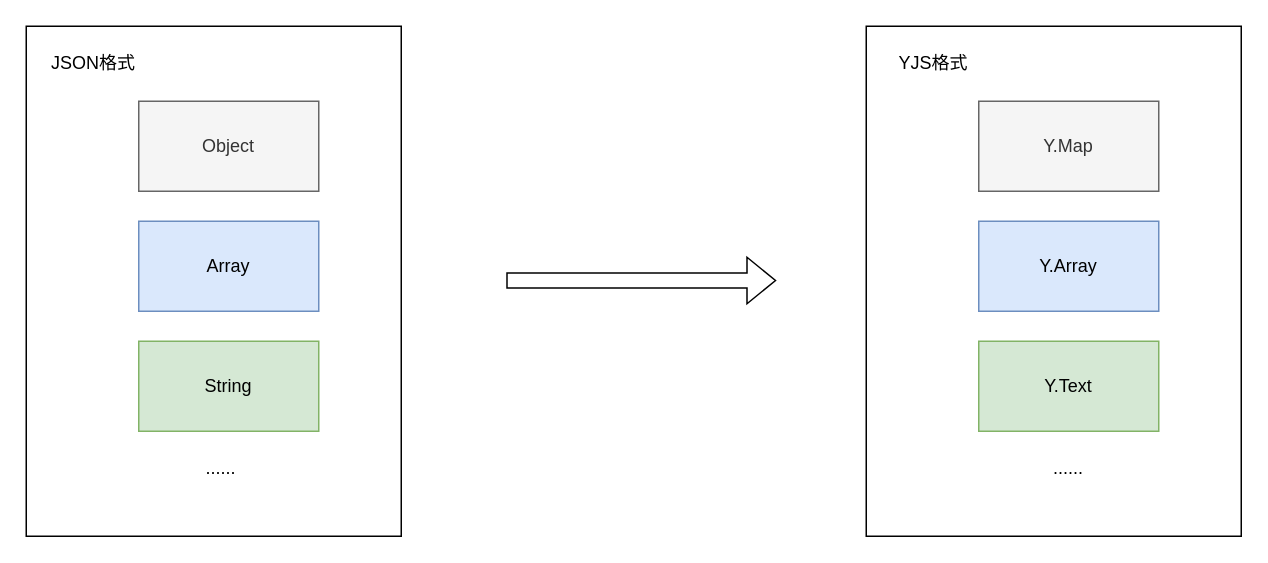
Before: JSON-YJS.drawio in yuxinyu12345/diagrams, a draw.io diagram. Source tidied: cells renumbered, new cells numbered last; positions are measured from the earlier drawing's top-left corner, leaving out a move shared by most shapes. Both pictures are drawn from the tidied source at 150%, with x=0, y=0 at pixel (26, 26).
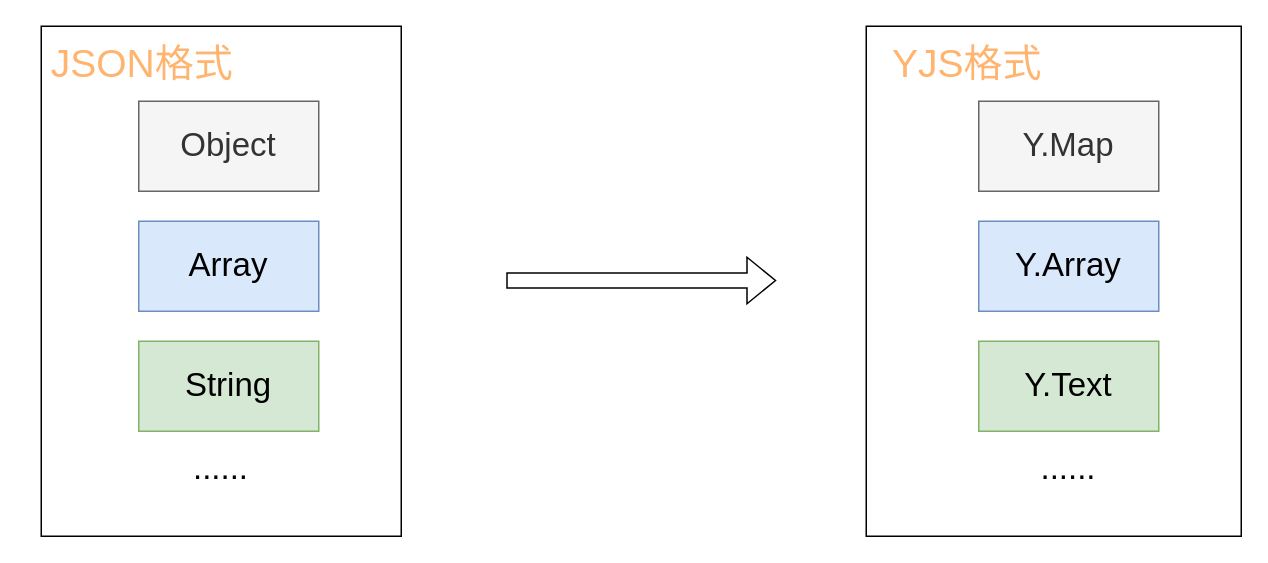
The same page after the edit.

What changed in the source:
```diff
@@
 <mxGraphModel>
   <root>
     <mxCell id="0" />
     <mxCell id="1" parent="0" />
-    <mxCell id="2" style="rounded=0;whiteSpace=wrap;html=1;" parent="1" vertex="1">
-      <mxGeometry width="250" height="340" as="geometry" />
+    <mxCell id="2" style="rounded=0;whiteSpace=wrap;html=1;fontSize=22;" parent="1" vertex="1">
+      <mxGeometry x="10" width="240" height="340" as="geometry" />
     </mxCell>
-    <mxCell id="3" value="Object" style="rounded=0;whiteSpace=wrap;html=1;fillColor=#f5f5f5;fontColor=#333333;strokeColor=#666666;" parent="1" vertex="1">
+    <mxCell id="3" value="Object" style="rounded=0;whiteSpace=wrap;html=1;fillColor=#f5f5f5;fontColor=#333333;strokeColor=#666666;fontSize=22;" parent="1" vertex="1">
       <mxGeometry x="75" y="50" width="120" height="60" as="geometry" />
     </mxCell>
-    <mxCell id="4" value="Array" style="rounded=0;whiteSpace=wrap;html=1;fillColor=#dae8fc;strokeColor=#6c8ebf;" parent="1" vertex="1">
+    <mxCell id="4" value="Array" style="rounded=0;whiteSpace=wrap;html=1;fillColor=#dae8fc;strokeColor=#6c8ebf;fontSize=22;" parent="1" vertex="1">
       <mxGeometry x="75" y="130" width="120" height="60" as="geometry" />
     </mxCell>
-    <mxCell id="5" value="String" style="rounded=0;whiteSpace=wrap;html=1;fillColor=#d5e8d4;strokeColor=#82b366;" parent="1" vertex="1">
+    <mxCell id="5" value="String" style="rounded=0;whiteSpace=wrap;html=1;fillColor=#d5e8d4;strokeColor=#82b366;fontSize=22;" parent="1" vertex="1">
       <mxGeometry x="75" y="210" width="120" height="60" as="geometry" />
     </mxCell>
-    <mxCell id="6" style="rounded=0;whiteSpace=wrap;html=1;" parent="1" vertex="1">
+    <mxCell id="6" style="rounded=0;whiteSpace=wrap;html=1;fontSize=22;" parent="1" vertex="1">
       <mxGeometry x="560" width="250" height="340" as="geometry" />
     </mxCell>
-    <mxCell id="7" value="Y.Map" style="rounded=0;whiteSpace=wrap;html=1;fillColor=#f5f5f5;fontColor=#333333;strokeColor=#666666;" parent="1" vertex="1">
+    <mxCell id="7" value="Y.Map" style="rounded=0;whiteSpace=wrap;html=1;fillColor=#f5f5f5;fontColor=#333333;strokeColor=#666666;fontSize=22;" parent="1" vertex="1">
       <mxGeometry x="635" y="50" width="120" height="60" as="geometry" />
     </mxCell>
-    <mxCell id="8" value="Y.Array" style="rounded=0;whiteSpace=wrap;html=1;fillColor=#dae8fc;strokeColor=#6c8ebf;" parent="1" vertex="1">
+    <mxCell id="8" value="Y.Array" style="rounded=0;whiteSpace=wrap;html=1;fillColor=#dae8fc;strokeColor=#6c8ebf;fontSize=22;" parent="1" vertex="1">
       <mxGeometry x="635" y="130" width="120" height="60" as="geometry" />
     </mxCell>
-    <mxCell id="9" value="Y.Text" style="rounded=0;whiteSpace=wrap;html=1;fillColor=#d5e8d4;strokeColor=#82b366;" parent="1" vertex="1">
+    <mxCell id="9" value="Y.Text" style="rounded=0;whiteSpace=wrap;html=1;fillColor=#d5e8d4;strokeColor=#82b366;fontSize=22;" parent="1" vertex="1">
       <mxGeometry x="635" y="210" width="120" height="60" as="geometry" />
     </mxCell>
-    <mxCell id="10" value="......" style="text;html=1;align=center;verticalAlign=middle;whiteSpace=wrap;rounded=0;" parent="1" vertex="1">
+    <mxCell id="10" value="......" style="text;html=1;align=center;verticalAlign=middle;whiteSpace=wrap;rounded=0;fontSize=22;" parent="1" vertex="1">
       <mxGeometry x="100" y="280" width="60" height="30" as="geometry" />
     </mxCell>
-    <mxCell id="11" value="......" style="text;html=1;align=center;verticalAlign=middle;whiteSpace=wrap;rounded=0;" parent="1" vertex="1">
+    <mxCell id="11" value="......" style="text;html=1;align=center;verticalAlign=middle;whiteSpace=wrap;rounded=0;fontSize=22;" parent="1" vertex="1">
       <mxGeometry x="665" y="280" width="60" height="30" as="geometry" />
     </mxCell>
-    <mxCell id="12" value="JSON格式" style="text;html=1;align=center;verticalAlign=middle;whiteSpace=wrap;rounded=0;" parent="1" vertex="1">
-      <mxGeometry x="15" y="10" width="60" height="30" as="geometry" />
+    <mxCell id="12" value="JSON格式" style="text;html=1;align=center;verticalAlign=middle;whiteSpace=wrap;rounded=0;fontSize=26;fontColor=#FFB570;" parent="1" vertex="1">
+      <mxGeometry x="15" y="10" width="125" height="30" as="geometry" />
     </mxCell>
-    <mxCell id="13" value="YJS格式" style="text;html=1;align=center;verticalAlign=middle;whiteSpace=wrap;rounded=0;" parent="1" vertex="1">
-      <mxGeometry x="575" y="10" width="60" height="30" as="geometry" />
+    <mxCell id="13" value="YJS格式" style="text;html=1;align=center;verticalAlign=middle;whiteSpace=wrap;rounded=0;fontSize=26;fontColor=#FFB570;" parent="1" vertex="1">
+      <mxGeometry x="575" y="10" width="105" height="30" as="geometry" />
     </mxCell>
-    <mxCell id="14" style="shape=flexArrow;endArrow=classic;html=1;rounded=0;" parent="1" edge="1">
+    <mxCell id="14" style="shape=flexArrow;endArrow=classic;html=1;rounded=0;fontSize=22;" parent="1" edge="1">
       <mxGeometry relative="1" as="geometry">
         <mxPoint x="320" y="169.5" as="sourcePoint" />
         <mxPoint x="500" y="169.5" as="targetPoint" />
       </mxGeometry>
     </mxCell>
   </root>
 </mxGraphModel>
```
